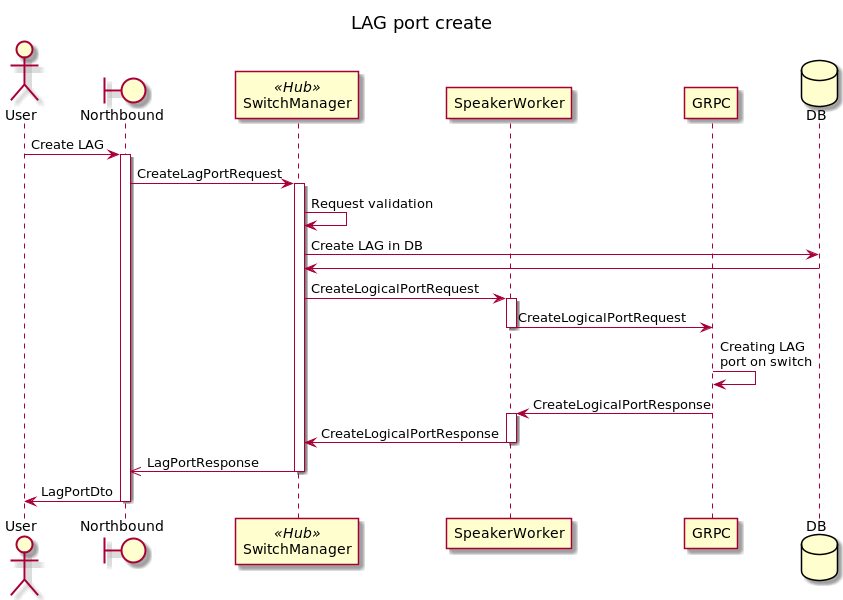
Before: docs/design/hub-and-spoke/lag/create/h&s-create-lag-port.png, a diagram exported from PlantUML (telstra/open-kilda). Its diagram source:
```plantuml
@startuml
title LAG port create

actor User
boundary Northbound as NB
participant SwitchManager << Hub >>
participant SpeakerWorker
participant GRPC
database DB

User -> NB : Create LAG

activate NB
NB -> SwitchManager : CreateLagPortRequest
activate SwitchManager
SwitchManager -> SwitchManager : Request validation
SwitchManager -> DB : Create LAG in DB
DB -> SwitchManager
SwitchManager -> SpeakerWorker : CreateLogicalPortRequest
activate SpeakerWorker
SpeakerWorker -> GRPC : CreateLogicalPortRequest
deactivate SpeakerWorker
GRPC -> GRPC : Creating LAG\nport on switch
GRPC -> SpeakerWorker : CreateLogicalPortResponse
activate SpeakerWorker
SpeakerWorker -> SwitchManager : CreateLogicalPortResponse
deactivate SpeakerWorker
SwitchManager ->> NB: LagPortResponse
deactivate SwitchManager
NB -> User: LagPortDto
deactivate NB

@enduml
```
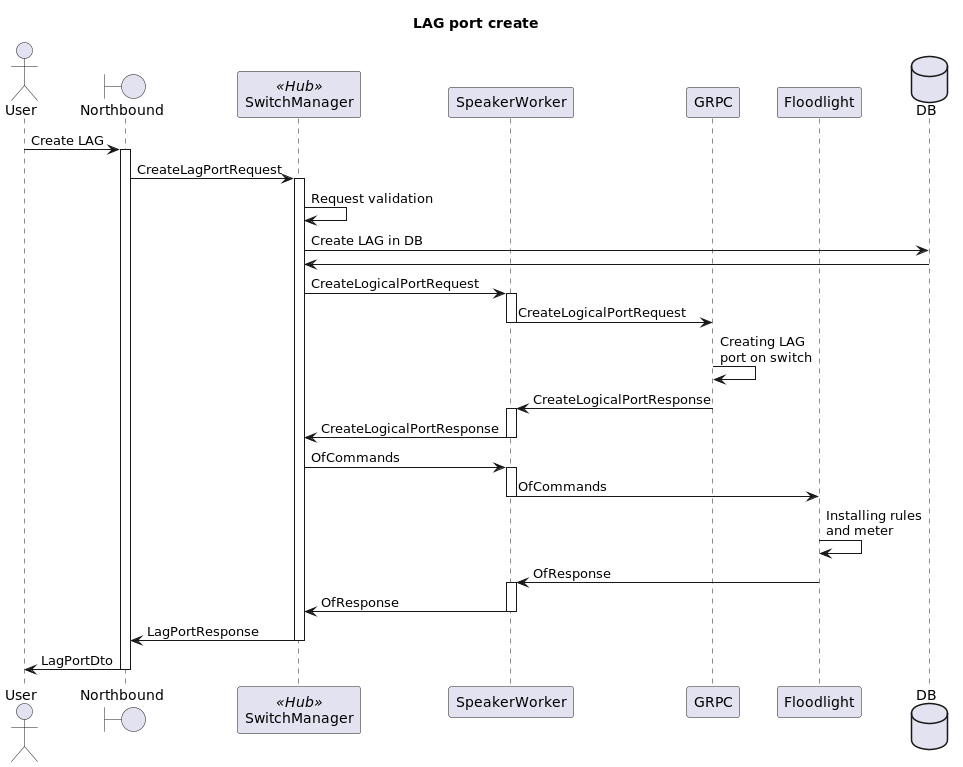
After the commit.

The edit, as a diff of the source:
```diff
@@ -6,6 +6,7 @@
 participant SwitchManager << Hub >>
 participant SpeakerWorker
 participant GRPC
+participant Floodlight
 database DB
 
 User -> NB : Create LAG
@@ -25,7 +26,16 @@
 activate SpeakerWorker
 SpeakerWorker -> SwitchManager : CreateLogicalPortResponse
 deactivate SpeakerWorker
-SwitchManager ->> NB: LagPortResponse
+SwitchManager -> SpeakerWorker : OfCommands
+activate SpeakerWorker
+SpeakerWorker -> Floodlight : OfCommands
+deactivate SpeakerWorker
+Floodlight -> Floodlight : Installing rules\nand meter
+Floodlight -> SpeakerWorker : OfResponse
+activate SpeakerWorker
+SpeakerWorker -> SwitchManager : OfResponse
+deactivate SpeakerWorker
+SwitchManager -> NB : LagPortResponse
 deactivate SwitchManager
 NB -> User: LagPortDto
 deactivate NB
```
